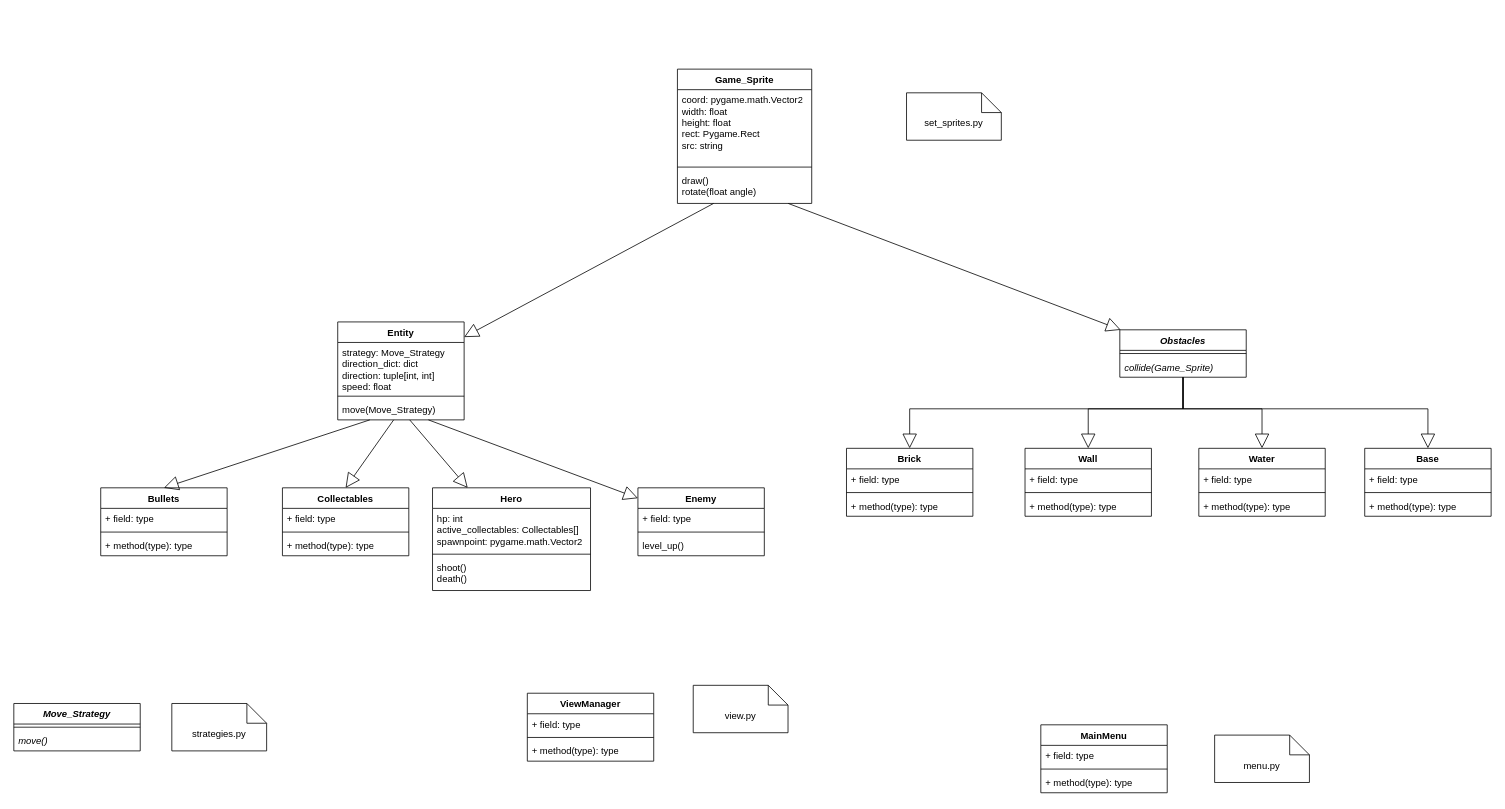
MoNaK-Wales/battle_city keeps this draw.io diagram as Диаграмма без названия.drawio. Above is the earlier version. Source tidied: cells renumbered, new cells numbered last; positions are measured from the earlier drawing's top-left corner, leaving out a move shared by most shapes. Both pictures are drawn from the tidied source at 79%, with x=0, y=0 at pixel (13, 69).
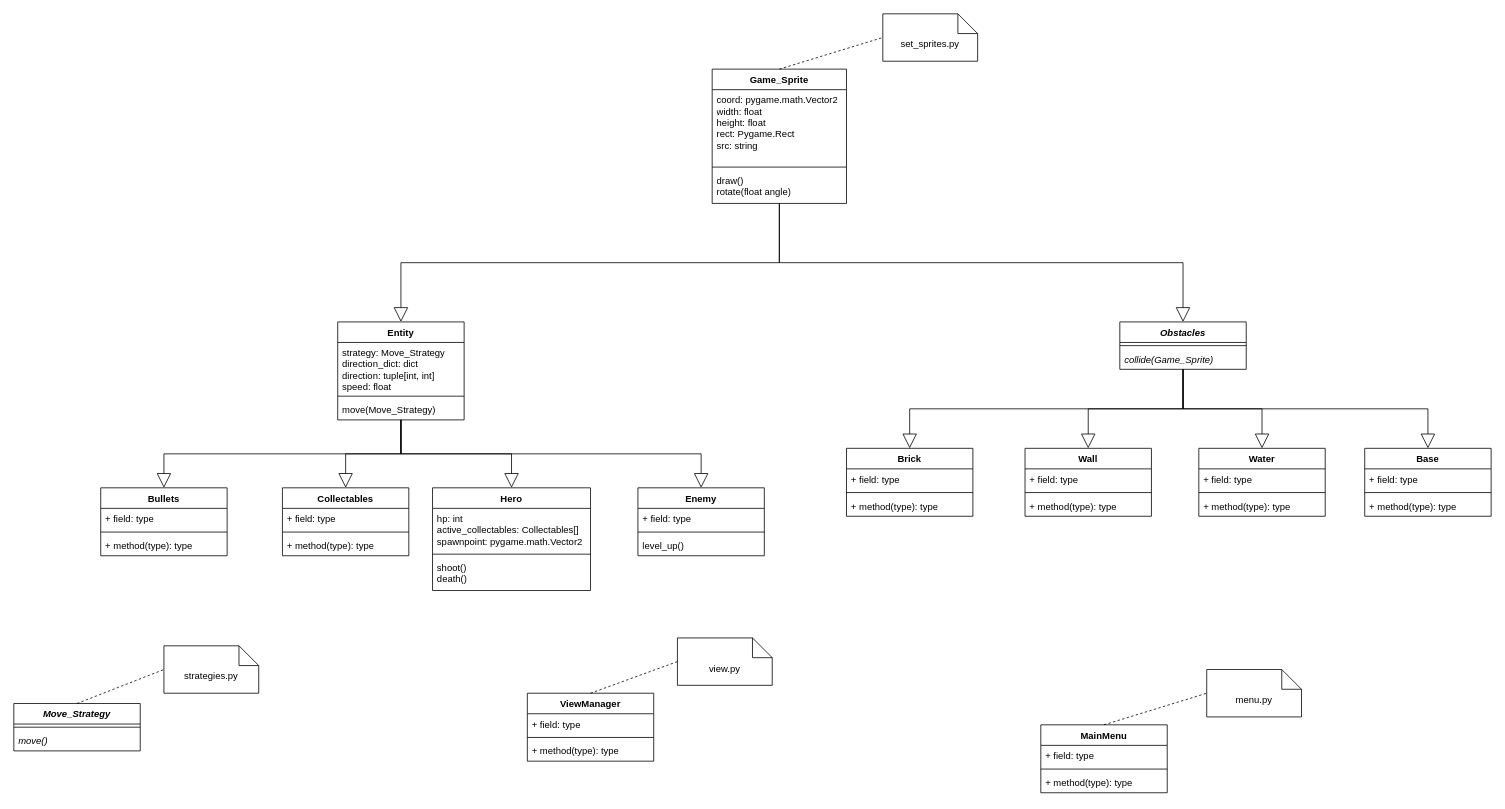
Above is the later version.

Commit message:
нормальные линии

The change refers to these unchanged cells:
```xml
<mxCell id="5" value="&lt;div&gt;draw()&lt;/div&gt;rotate(float angle)" style="text;strokeColor=none;fillColor=none;align=left;verticalAlign=top;spacingLeft=4;spacingRight=4;overflow=hidden;points=[[0,0.5],[1,0.5]];portConstraint=eastwest;whiteSpace=wrap;html=1;" parent="2" vertex="1">
  <mxGeometry y="128" width="170" height="42" as="geometry" />
</mxCell>
<mxCell id="6" value="Hero" style="swimlane;fontStyle=1;align=center;verticalAlign=top;horizontal=1;startSize=26;whiteSpace=wrap;html=1;" parent="1" vertex="1">
  <mxGeometry x="530" y="530" width="200" height="130" as="geometry" />
</mxCell>
<mxCell id="10" value="Entity" style="swimlane;fontStyle=1;align=center;verticalAlign=top;horizontal=1;startSize=26;whiteSpace=wrap;html=1;" parent="1" vertex="1">
  <mxGeometry x="410" y="320" width="160" height="124" as="geometry" />
</mxCell>
<mxCell id="13" value="move(Move_Strategy)" style="text;strokeColor=none;fillColor=none;align=left;verticalAlign=top;spacingLeft=4;spacingRight=4;overflow=hidden;points=[[0,0.5],[1,0.5]];portConstraint=eastwest;whiteSpace=wrap;html=1;" parent="10" vertex="1">
  <mxGeometry y="98" width="160" height="26" as="geometry" />
</mxCell>
<mxCell id="15" value="Enemy" style="swimlane;fontStyle=1;align=center;verticalAlign=top;horizontal=1;startSize=26;whiteSpace=wrap;html=1;swimlaneLine=1;" parent="1" vertex="1">
  <mxGeometry x="790" y="530" width="160" height="86" as="geometry" />
</mxCell>
<mxCell id="23" value="&lt;i&gt;collide(Game_Sprite)&lt;/i&gt;" style="text;strokeColor=none;fillColor=none;align=left;verticalAlign=top;spacingLeft=4;spacingRight=4;overflow=hidden;points=[[0,0.5],[1,0.5]];portConstraint=eastwest;whiteSpace=wrap;html=1;" parent="21" vertex="1">
  <mxGeometry y="34" width="160" height="26" as="geometry" />
</mxCell>
<mxCell id="25" value="Bullets" style="swimlane;fontStyle=1;align=center;verticalAlign=top;horizontal=1;startSize=26;whiteSpace=wrap;html=1;" parent="1" vertex="1">
  <mxGeometry x="110" y="530" width="160" height="86" as="geometry" />
</mxCell>
<mxCell id="29" value="Brick" style="swimlane;fontStyle=1;align=center;verticalAlign=top;horizontal=1;startSize=26;whiteSpace=wrap;html=1;" parent="1" vertex="1">
  <mxGeometry x="1054" y="480" width="160" height="86" as="geometry" />
</mxCell>
<mxCell id="33" value="Wall" style="swimlane;fontStyle=1;align=center;verticalAlign=top;horizontal=1;startSize=26;whiteSpace=wrap;html=1;" parent="1" vertex="1">
  <mxGeometry x="1280" y="480" width="160" height="86" as="geometry" />
</mxCell>
<mxCell id="37" value="Water" style="swimlane;fontStyle=1;align=center;verticalAlign=top;horizontal=1;startSize=26;whiteSpace=wrap;html=1;" parent="1" vertex="1">
  <mxGeometry x="1500" y="480" width="160" height="86" as="geometry" />
</mxCell>
<mxCell id="41" value="Base" style="swimlane;fontStyle=1;align=center;verticalAlign=top;horizontal=1;startSize=26;whiteSpace=wrap;html=1;" parent="1" vertex="1">
  <mxGeometry x="1710" y="480" width="160" height="86" as="geometry" />
</mxCell>
<mxCell id="49" value="Collectables" style="swimlane;fontStyle=1;align=center;verticalAlign=top;horizontal=1;startSize=26;whiteSpace=wrap;html=1;" parent="1" vertex="1">
  <mxGeometry x="340" y="530" width="160" height="86" as="geometry" />
</mxCell>
<mxCell id="55" value="ViewManager" style="swimlane;fontStyle=1;align=center;verticalAlign=top;horizontal=1;startSize=26;whiteSpace=wrap;html=1;" parent="1" vertex="1">
  <mxGeometry x="650" y="790" width="160" height="86" as="geometry" />
</mxCell>
<mxCell id="60" value="MainMenu" style="swimlane;fontStyle=1;align=center;verticalAlign=top;horizontal=1;startSize=26;whiteSpace=wrap;html=1;" parent="1" vertex="1">
  <mxGeometry x="1300" y="830" width="160" height="86" as="geometry" />
</mxCell>
<mxCell id="67" value="&lt;i&gt;Move_Strategy&lt;/i&gt;" style="swimlane;fontStyle=1;align=center;verticalAlign=top;horizontal=1;startSize=26;whiteSpace=wrap;html=1;" parent="1" vertex="1">
  <mxGeometry y="803" width="160" height="60" as="geometry" />
</mxCell>
```

Change to the diagram source:
```diff
@@
     <mxCell id="2" value="Game_Sprite" style="swimlane;fontStyle=1;align=center;verticalAlign=top;horizontal=1;startSize=26;whiteSpace=wrap;html=1;" parent="1" vertex="1">
-      <mxGeometry x="840" width="170" height="170" as="geometry" />
+      <mxGeometry x="884" width="170" height="170" as="geometry" />
     </mxCell>
@@
-    <mxCell id="14" style="endArrow=block;endSize=16;endFill=0;html=1;rounded=0;" parent="1" edge="1" source="5" target="10">
+    <mxCell id="14" style="endArrow=block;endSize=16;endFill=0;html=1;rounded=0;edgeStyle=elbowEdgeStyle;elbow=vertical;" parent="1" edge="1" source="5" target="10">
       <mxGeometry relative="1" as="geometry" />
     </mxCell>
@@
-    <mxCell id="19" style="endArrow=block;endSize=16;endFill=0;html=1;rounded=0;" parent="1" edge="1" source="13" target="6">
+    <mxCell id="19" style="endArrow=block;endSize=16;endFill=0;html=1;rounded=0;edgeStyle=elbowEdgeStyle;elbow=vertical;" parent="1" edge="1" source="13" target="6">
       <mxGeometry relative="1" as="geometry" />
     </mxCell>
-    <mxCell id="20" style="endArrow=block;endSize=16;endFill=0;html=1;rounded=0;" parent="1" edge="1" source="13" target="15">
+    <mxCell id="20" style="endArrow=block;endSize=16;endFill=0;html=1;rounded=0;edgeStyle=elbowEdgeStyle;elbow=vertical;" parent="1" edge="1" source="13" target="15">
       <mxGeometry relative="1" as="geometry" />
     </mxCell>
     <mxCell id="21" value="&lt;i&gt;Obstacles&lt;/i&gt;" style="swimlane;fontStyle=1;align=center;verticalAlign=top;horizontal=1;startSize=26;whiteSpace=wrap;html=1;" parent="1" vertex="1">
-      <mxGeometry x="1400" y="330" width="160" height="60" as="geometry" />
+      <mxGeometry x="1400" y="320" width="160" height="60" as="geometry" />
     </mxCell>
@@
-    <mxCell id="24" style="endArrow=block;endSize=16;endFill=0;html=1;rounded=0;" parent="1" edge="1" source="5" target="21">
+    <mxCell id="24" style="endArrow=block;endSize=16;endFill=0;html=1;rounded=0;edgeStyle=elbowEdgeStyle;elbow=vertical;" parent="1" edge="1" source="5" target="21">
       <mxGeometry relative="1" as="geometry" />
     </mxCell>
@@
-    <mxCell id="45" style="endArrow=block;endSize=16;endFill=0;html=1;rounded=0;" parent="1" edge="1" source="23" target="33">
-      <mxGeometry relative="1" as="geometry">
-        <Array as="points">
-          <mxPoint x="1480" y="430" />
-          <mxPoint x="1360" y="430" />
-        </Array>
-      </mxGeometry>
+    <mxCell id="45" style="endArrow=block;endSize=16;endFill=0;html=1;rounded=0;edgeStyle=elbowEdgeStyle;elbow=vertical;" parent="1" edge="1" source="23" target="33">
+      <mxGeometry relative="1" as="geometry" />
     </mxCell>
-    <mxCell id="46" style="endArrow=block;endSize=16;endFill=0;html=1;rounded=0;entryX=0.5;entryY=0;entryDx=0;entryDy=0;" parent="1" edge="1" source="23" target="29">
-      <mxGeometry relative="1" as="geometry">
-        <Array as="points">
-          <mxPoint x="1480" y="430" />
-          <mxPoint x="1134" y="430" />
-        </Array>
-      </mxGeometry>
+    <mxCell id="46" style="endArrow=block;endSize=16;endFill=0;html=1;rounded=0;entryX=0.5;entryY=0;entryDx=0;entryDy=0;edgeStyle=elbowEdgeStyle;elbow=vertical;" parent="1" edge="1" source="23" target="29">
+      <mxGeometry relative="1" as="geometry" />
     </mxCell>
-    <mxCell id="47" style="endArrow=block;endSize=16;endFill=0;html=1;rounded=0;" parent="1" edge="1" source="23" target="37">
-      <mxGeometry relative="1" as="geometry">
-        <Array as="points">
-          <mxPoint x="1480" y="430" />
-          <mxPoint x="1580" y="430" />
-        </Array>
-      </mxGeometry>
+    <mxCell id="47" style="endArrow=block;endSize=16;endFill=0;html=1;rounded=0;edgeStyle=elbowEdgeStyle;elbow=vertical;" parent="1" edge="1" source="23" target="37">
+      <mxGeometry relative="1" as="geometry" />
     </mxCell>
-    <mxCell id="48" style="endArrow=block;endSize=16;endFill=0;html=1;rounded=0;" parent="1" edge="1" source="23" target="41">
-      <mxGeometry relative="1" as="geometry">
-        <Array as="points">
-          <mxPoint x="1480" y="430" />
-          <mxPoint x="1790" y="430" />
-        </Array>
-      </mxGeometry>
+    <mxCell id="48" style="endArrow=block;endSize=16;endFill=0;html=1;rounded=0;edgeStyle=elbowEdgeStyle;elbow=vertical;" parent="1" edge="1" source="23" target="41">
+      <mxGeometry relative="1" as="geometry" />
     </mxCell>
@@
-    <mxCell id="53" style="endArrow=block;endSize=16;endFill=0;html=1;rounded=0;entryX=0.5;entryY=0;entryDx=0;entryDy=0;" parent="1" edge="1" source="13" target="49">
+    <mxCell id="53" style="endArrow=block;endSize=16;endFill=0;html=1;rounded=0;entryX=0.5;entryY=0;entryDx=0;entryDy=0;edgeStyle=elbowEdgeStyle;elbow=vertical;" parent="1" edge="1" source="13" target="49">
       <mxGeometry relative="1" as="geometry" />
     </mxCell>
-    <mxCell id="54" style="endArrow=block;endSize=16;endFill=0;html=1;rounded=0;entryX=0.5;entryY=0;entryDx=0;entryDy=0;" parent="1" edge="1" source="13" target="25">
+    <mxCell id="54" style="endArrow=block;endSize=16;endFill=0;html=1;rounded=0;entryX=0.5;entryY=0;entryDx=0;entryDy=0;edgeStyle=elbowEdgeStyle;elbow=vertical;" parent="1" edge="1" source="13" target="25">
       <mxGeometry relative="1" as="geometry" />
     </mxCell>
@@
     <mxCell id="59" value="set_sprites.py" style="shape=note2;boundedLbl=1;whiteSpace=wrap;html=1;size=25;verticalAlign=top;align=center;" parent="1" vertex="1">
-      <mxGeometry x="1130" y="30" width="120" height="60" as="geometry" />
+      <mxGeometry x="1100" y="-70" width="120" height="60" as="geometry" />
     </mxCell>
@@
     <mxCell id="64" value="menu.py" style="shape=note2;boundedLbl=1;whiteSpace=wrap;html=1;size=25;verticalAlign=top;align=center;" parent="1" vertex="1">
-      <mxGeometry x="1520" y="843" width="120" height="60" as="geometry" />
+      <mxGeometry x="1510" y="760" width="120" height="60" as="geometry" />
     </mxCell>
     <mxCell id="65" value="view.py" style="shape=note2;boundedLbl=1;whiteSpace=wrap;html=1;size=25;verticalAlign=top;align=center;" parent="1" vertex="1">
-      <mxGeometry x="860" y="780" width="120" height="60" as="geometry" />
+      <mxGeometry x="840" y="720" width="120" height="60" as="geometry" />
     </mxCell>
     <mxCell id="66" value="strategies.py" style="shape=note2;boundedLbl=1;whiteSpace=wrap;html=1;size=25;verticalAlign=top;align=center;" parent="1" vertex="1">
-      <mxGeometry x="200" y="803" width="120" height="60" as="geometry" />
+      <mxGeometry x="190" y="730" width="120" height="60" as="geometry" />
     </mxCell>
@@
+    <mxCell id="70" style="endArrow=none;dashed=1;html=1;rounded=0;exitX=0.5;exitY=0;exitDx=0;exitDy=0;entryX=0;entryY=0.5;entryDx=0;entryDy=0;entryPerimeter=0;" parent="1" edge="1" source="67" target="66">
+      <mxGeometry relative="1" as="geometry" />
+    </mxCell>
+    <mxCell id="71" style="endArrow=none;dashed=1;html=1;rounded=0;entryX=0;entryY=0.5;entryDx=0;entryDy=0;entryPerimeter=0;exitX=0.5;exitY=0;exitDx=0;exitDy=0;" parent="1" edge="1" source="55" target="65">
+      <mxGeometry relative="1" as="geometry" />
+    </mxCell>
+    <mxCell id="72" style="endArrow=none;dashed=1;html=1;rounded=0;exitX=0.5;exitY=0;exitDx=0;exitDy=0;entryX=0;entryY=0.5;entryDx=0;entryDy=0;entryPerimeter=0;" parent="1" edge="1" source="60" target="64">
+      <mxGeometry relative="1" as="geometry" />
+    </mxCell>
+    <mxCell id="73" style="endArrow=none;dashed=1;html=1;rounded=0;entryX=0;entryY=0.5;entryDx=0;entryDy=0;entryPerimeter=0;exitX=0.5;exitY=0;exitDx=0;exitDy=0;" parent="1" edge="1" source="2" target="59">
+      <mxGeometry relative="1" as="geometry" />
+    </mxCell>
```
